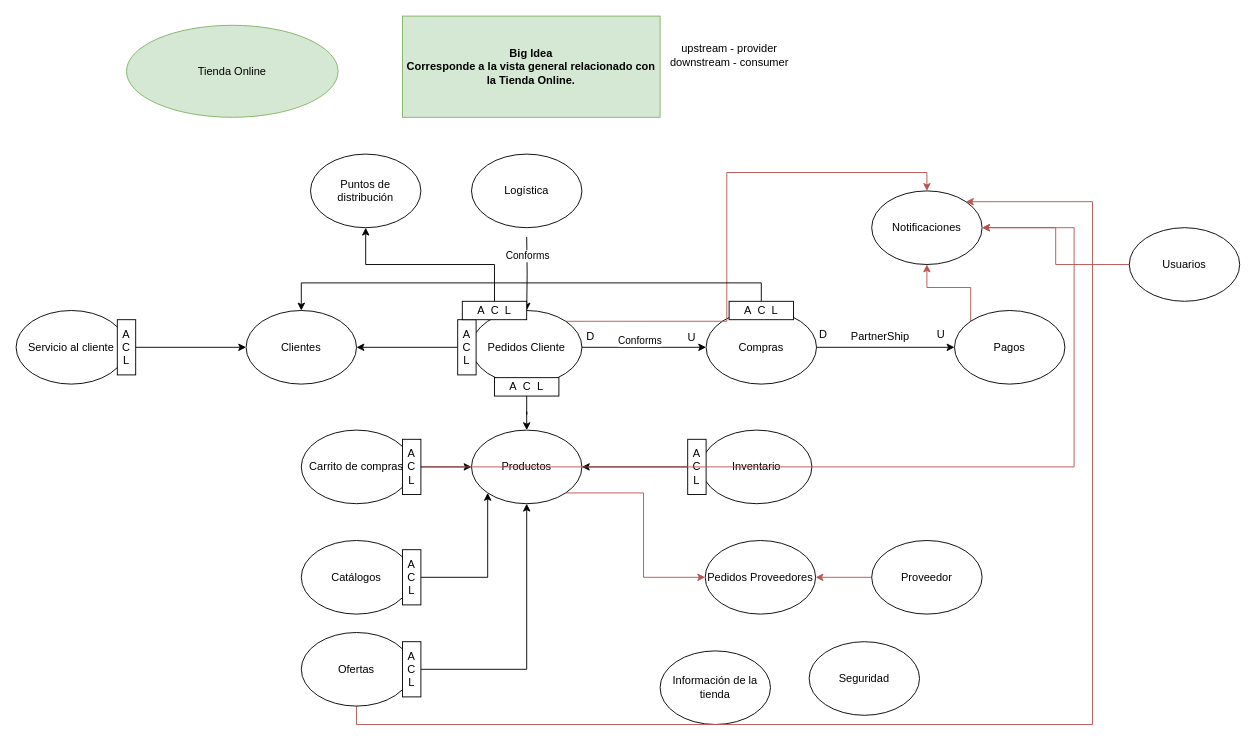
Earlier version of the draw.io diagram page "Modelado estrategico" (1 of 6) of TiendaOnline_Disenio.drawio (andrescardo98/doo). Source tidied: cells renumbered, new cells numbered last; positions are measured from the earlier drawing's top-left corner, leaving out a move shared by most shapes. Both pictures are drawn from the tidied source at 92%, with x=0, y=0 at pixel (16, 16).
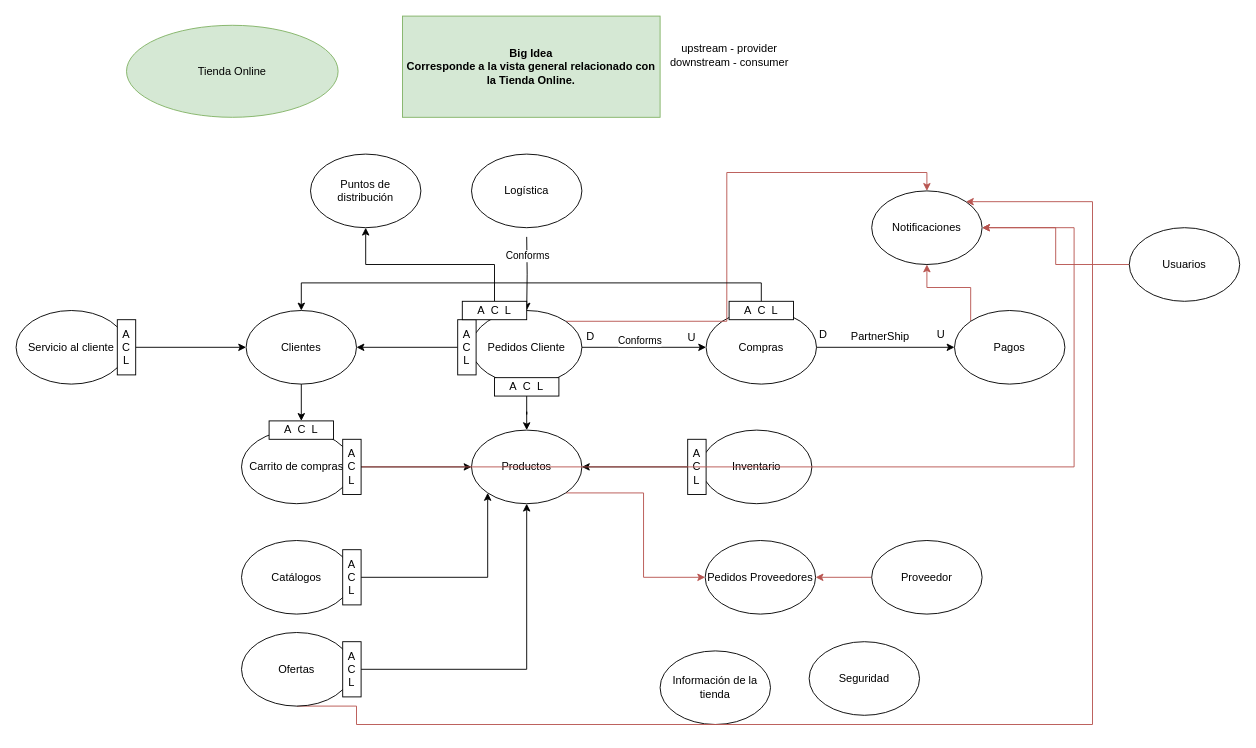
After the change.

The change refers to these unchanged cells:
```xml
<mxCell id="12" value="Clientes" style="ellipse;whiteSpace=wrap;html=1;" parent="1" vertex="1">
  <mxGeometry x="250" y="320" width="120" height="80" as="geometry" />
</mxCell>
```

What changed in the source:
```diff
@@
     <mxCell id="4" value="Carrito de compras" style="ellipse;whiteSpace=wrap;html=1;" parent="1" vertex="1">
-      <mxGeometry x="310" y="450" width="120" height="80" as="geometry" />
+      <mxGeometry x="245" y="450" width="120" height="80" as="geometry" />
     </mxCell>
@@
+    <mxCell id="58" style="edgeStyle=orthogonalEdgeStyle;rounded=0;jettySize=auto;html=1;exitX=0.5;exitY=1;exitDx=0;exitDy=0;entryX=0.5;entryY=0;entryDx=0;entryDy=0;" parent="1" edge="1" source="12" target="59">
+      <mxGeometry relative="1" as="geometry" />
+    </mxCell>
@@
     <mxCell id="23" value="Catálogos" style="ellipse;whiteSpace=wrap;html=1;" parent="1" vertex="1">
-      <mxGeometry x="310" y="570" width="120" height="80" as="geometry" />
+      <mxGeometry x="245" y="570" width="120" height="80" as="geometry" />
     </mxCell>
@@
     <mxCell id="25" value="Ofertas" style="ellipse;whiteSpace=wrap;html=1;" parent="1" vertex="1">
-      <mxGeometry x="310" y="670" width="120" height="80" as="geometry" />
+      <mxGeometry x="245" y="670" width="120" height="80" as="geometry" />
     </mxCell>
@@
     <mxCell id="29" value="A&lt;br&gt;C&lt;br&gt;L" style="rounded=0;whiteSpace=wrap;html=1;" parent="1" vertex="1">
-      <mxGeometry x="420" y="580" width="20" height="60" as="geometry" />
+      <mxGeometry x="355" y="580" width="20" height="60" as="geometry" />
     </mxCell>
@@
     <mxCell id="31" value="A&lt;br&gt;C&lt;br&gt;L" style="rounded=0;whiteSpace=wrap;html=1;" parent="1" vertex="1">
-      <mxGeometry x="420" y="680" width="20" height="60" as="geometry" />
+      <mxGeometry x="355" y="680" width="20" height="60" as="geometry" />
     </mxCell>
@@
     <mxCell id="36" value="A&lt;br&gt;C&lt;br&gt;L" style="rounded=0;whiteSpace=wrap;html=1;" parent="1" vertex="1">
-      <mxGeometry x="420" y="460" width="20" height="60" as="geometry" />
+      <mxGeometry x="355" y="460" width="20" height="60" as="geometry" />
     </mxCell>
@@
+    <mxCell id="59" value="A&amp;nbsp; C&amp;nbsp; L" style="rounded=0;whiteSpace=wrap;html=1;" parent="1" vertex="1">
+      <mxGeometry x="275" y="440" width="70" height="20" as="geometry" />
+    </mxCell>
```
